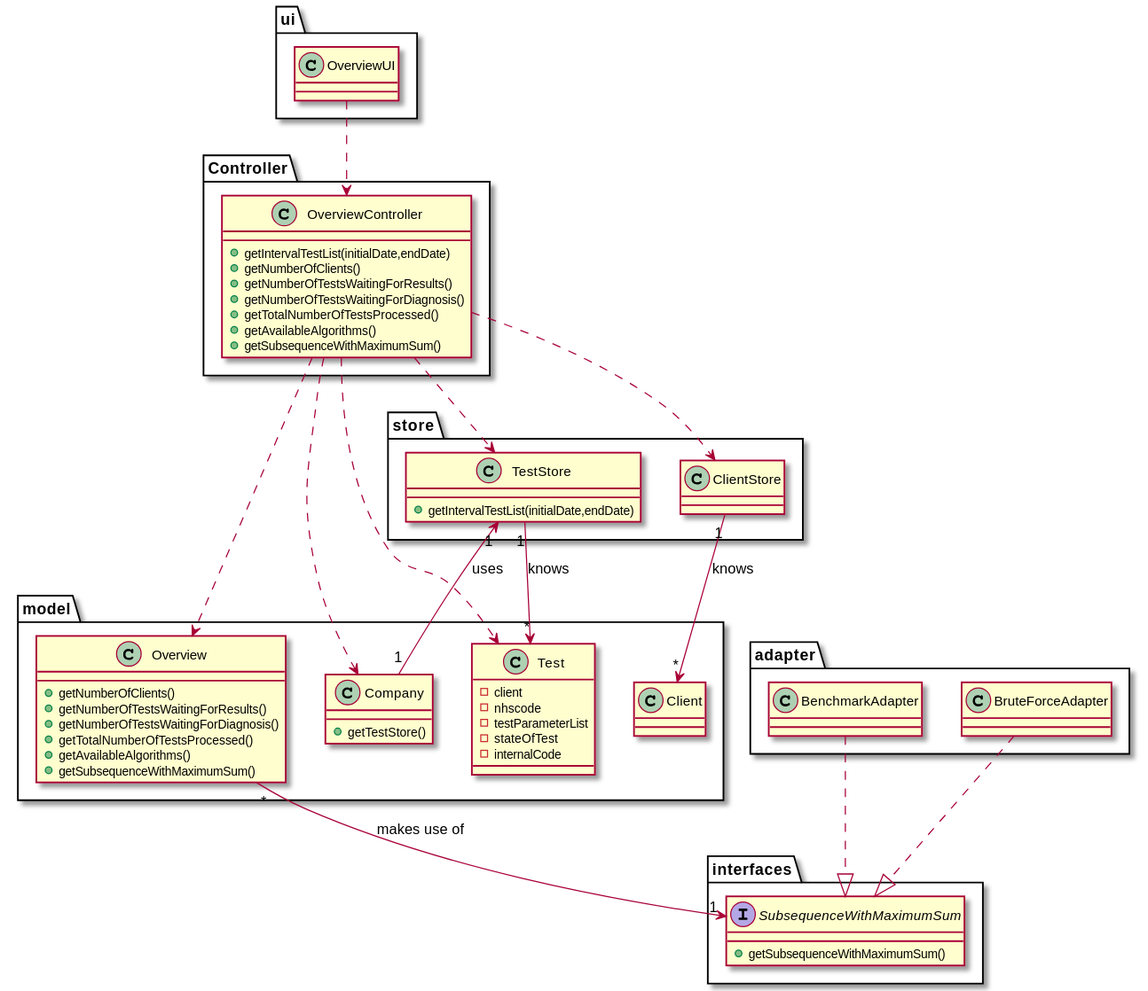
manu-07-ela/LAPR2_ISEP keeps this PlantUML diagram as docs/SprintD/US16/US16_CD.svg. Above is the earlier version. Its diagram source:
```plantuml
@startuml


package ui {
class OverviewUI{}
}

package Controller{
class OverviewController{
+getIntervalTestList(initialDate,endDate)
+getNumberOfClients()
+getNumberOfTestsWaitingForResults()
+getNumberOfTestsWaitingForDiagnosis()
+getTotalNumberOfTestsProcessed()
+getAvailableAlgorithms()
+getSubsequenceWithMaximumSum()
}
}

package adapter{
class BenchmarkAdapter{
}

class BruteForceAdapter{
}
}

package model{
class Company{
+getTestStore()
}
class Test{
-client
-nhscode
-testParameterList
-stateOfTest
-internalCode
}
class Client{
}
class Overview{
+getNumberOfClients()
+getNumberOfTestsWaitingForResults()
+getNumberOfTestsWaitingForDiagnosis()
+getTotalNumberOfTestsProcessed()
+getAvailableAlgorithms()
+getSubsequenceWithMaximumSum()
}
}



package store{
class TestStore{
+getIntervalTestList(initialDate,endDate)
}
class ClientStore{
}
}


package interfaces{
interface SubsequenceWithMaximumSum{
+getSubsequenceWithMaximumSum()
}
}


OverviewUI ..> OverviewController

OverviewController ..> TestStore
OverviewController ..> ClientStore
OverviewController ..> Company
OverviewController ..> Test
OverviewController ..> Overview

Company "1" ----> "1" TestStore : uses
TestStore "1" --> "*" Test : knows
ClientStore "1" --> "*" Client : knows

Overview "*" -->"1"  SubsequenceWithMaximumSum : makes use of

BenchmarkAdapter..|>SubsequenceWithMaximumSum
BruteForceAdapter..|>SubsequenceWithMaximumSum

@enduml
```
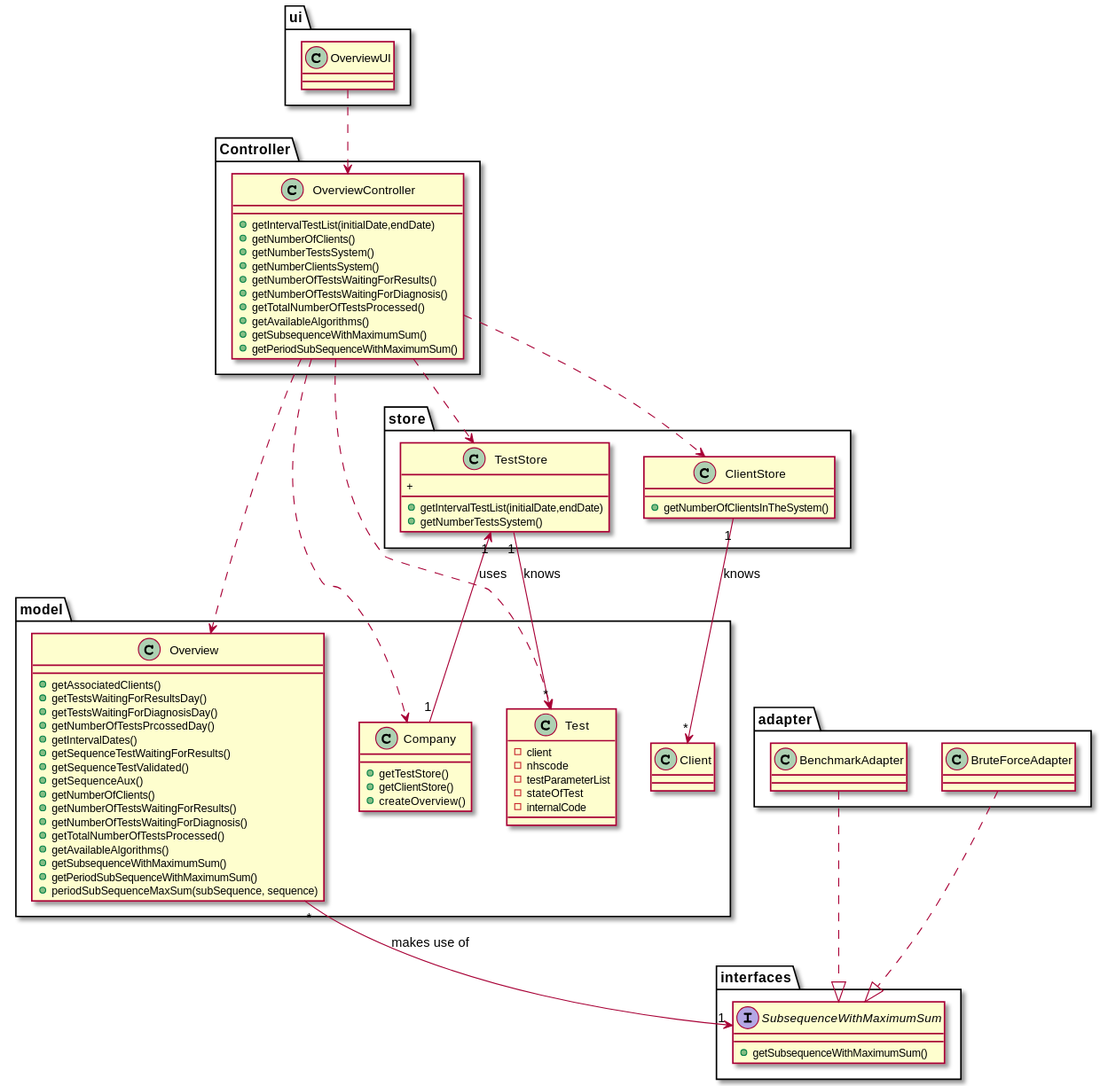
The same diagram one commit later.

The edit, as a diff of the source:
```diff
@@ -9,11 +9,14 @@
 class OverviewController{
 +getIntervalTestList(initialDate,endDate)
 +getNumberOfClients()
++getNumberTestsSystem()
++getNumberClientsSystem()
 +getNumberOfTestsWaitingForResults()
 +getNumberOfTestsWaitingForDiagnosis()
 +getTotalNumberOfTestsProcessed()
 +getAvailableAlgorithms()
 +getSubsequenceWithMaximumSum()
++getPeriodSubSequenceWithMaximumSum()
 }
 }
 
@@ -28,6 +31,9 @@
 package model{
 class Company{
 +getTestStore()
++getClientStore()
++createOverview()
+
 }
 class Test{
 -client
@@ -39,12 +45,22 @@
 class Client{
 }
 class Overview{
++getAssociatedClients()
++getTestsWaitingForResultsDay()
++getTestsWaitingForDiagnosisDay()
++getNumberOfTestsPrcossedDay()
++getIntervalDates()
++getSequenceTestWaitingForResults()
++getSequenceTestValidated()
++getSequenceAux()
 +getNumberOfClients()
 +getNumberOfTestsWaitingForResults()
 +getNumberOfTestsWaitingForDiagnosis()
 +getTotalNumberOfTestsProcessed()
 +getAvailableAlgorithms()
 +getSubsequenceWithMaximumSum()
++getPeriodSubSequenceWithMaximumSum()
++ periodSubSequenceMaxSum(subSequence, sequence)
 }
 }
 
@@ -53,8 +69,11 @@
 package store{
 class TestStore{
 +getIntervalTestList(initialDate,endDate)
++getNumberTestsSystem()
++
 }
 class ClientStore{
++getNumberOfClientsInTheSystem()
 }
 }
 
```
